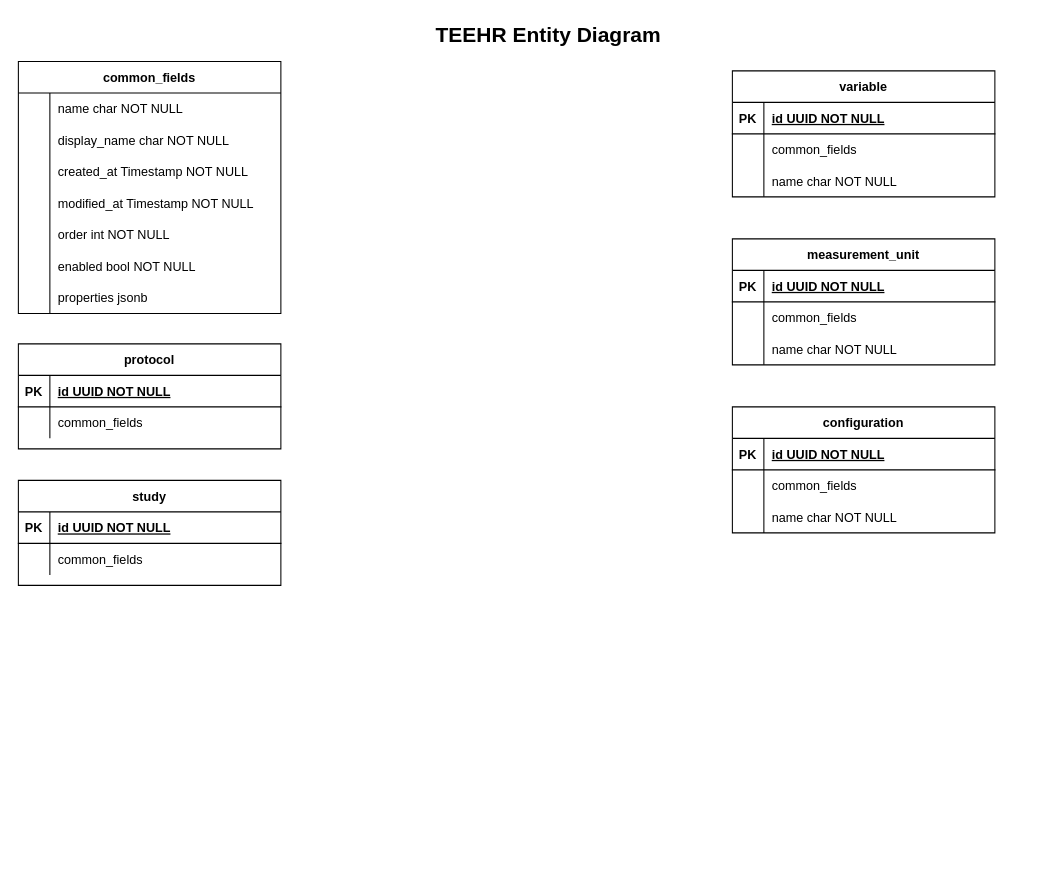
Before: design/teehr-system-entity-diagram.drawio in RTIInternational/teehr, a draw.io diagram. Source tidied: cells renumbered, new cells numbered last; positions are measured from the earlier drawing's top-left corner, leaving out a move shared by most shapes. Both pictures are drawn from the tidied source at 105%, with x=0, y=0 at pixel (18, 18).
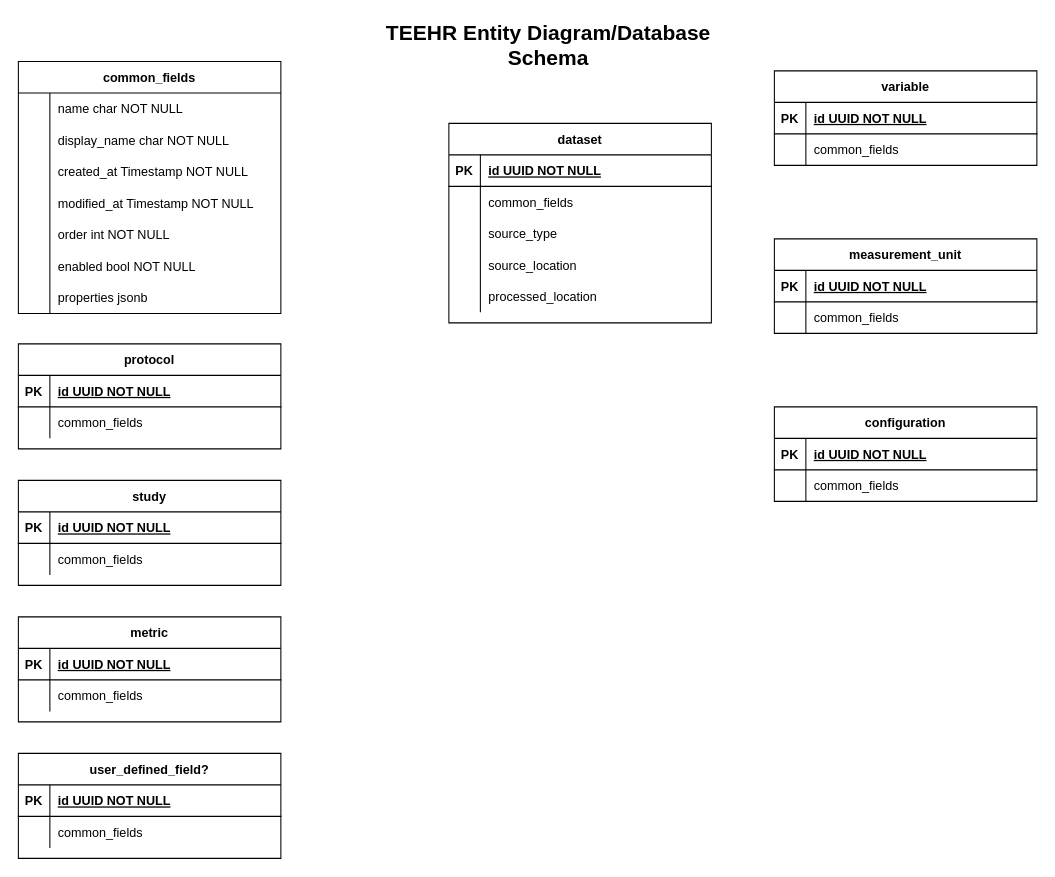
Above is the later version.

What changed in the source:
```diff
@@
-    <mxCell id="24" value="TEEHR Entity Diagram" style="text;html=1;strokeColor=none;fillColor=none;align=center;verticalAlign=middle;whiteSpace=wrap;rounded=0;fontSize=20;fontStyle=1;" parent="1" vertex="1">
-      <mxGeometry x="340" width="330" height="30" as="geometry" />
+    <mxCell id="24" value="TEEHR Entity Diagram/Database Schema" style="text;html=1;strokeColor=none;fillColor=none;align=center;verticalAlign=middle;whiteSpace=wrap;rounded=0;fontSize=20;fontStyle=1;" parent="1" vertex="1">
+      <mxGeometry x="340" width="330" height="50" as="geometry" />
     </mxCell>
@@
     <mxCell id="32" value="variable" style="shape=table;startSize=30;childLayout=tableLayout;rowLines=0;fontStyle=1;align=center;" parent="1" vertex="1">
-      <mxGeometry x="680" y="50" width="250" height="120" as="geometry" />
+      <mxGeometry x="720" y="50" width="250" height="90" as="geometry" />
     </mxCell>
@@
-    <mxCell id="39" style="shape=partialRectangle;fillColor=none;top=0;left=0;right=0;bottom=0;" parent="32" vertex="1">
-      <mxGeometry y="90" width="250" height="30" as="geometry" />
-    </mxCell>
-    <mxCell id="40" style="shape=partialRectangle;overflow=hidden;fillColor=none;top=0;left=0;bottom=0;right=0;" parent="39" vertex="1">
-      <mxGeometry width="30" height="30" as="geometry" />
-    </mxCell>
-    <mxCell id="41" value="name char NOT NULL" style="shape=partialRectangle;overflow=hidden;fillColor=none;top=0;left=0;bottom=0;right=0;align=left;spacingLeft=6;" parent="39" vertex="1">
-      <mxGeometry x="30" width="220" height="30" as="geometry" />
-    </mxCell>
@@
     <mxCell id="49" value="measurement_unit" style="shape=table;startSize=30;childLayout=tableLayout;rowLines=0;fontStyle=1;align=center;" parent="1" vertex="1">
-      <mxGeometry x="680" y="210" width="250" height="120" as="geometry" />
+      <mxGeometry x="720" y="210" width="250" height="90" as="geometry" />
     </mxCell>
@@
-    <mxCell id="56" style="shape=partialRectangle;fillColor=none;top=0;left=0;right=0;bottom=0;" parent="49" vertex="1">
-      <mxGeometry y="90" width="250" height="30" as="geometry" />
-    </mxCell>
-    <mxCell id="57" style="shape=partialRectangle;overflow=hidden;fillColor=none;top=0;left=0;bottom=0;right=0;" parent="56" vertex="1">
-      <mxGeometry width="30" height="30" as="geometry" />
-    </mxCell>
-    <mxCell id="58" value="name char NOT NULL" style="shape=partialRectangle;overflow=hidden;fillColor=none;top=0;left=0;bottom=0;right=0;align=left;spacingLeft=6;" parent="56" vertex="1">
-      <mxGeometry x="30" width="220" height="30" as="geometry" />
-    </mxCell>
     <mxCell id="59" value="configuration" style="shape=table;startSize=30;childLayout=tableLayout;rowLines=0;fontStyle=1;align=center;" parent="1" vertex="1">
-      <mxGeometry x="680" y="370" width="250" height="120" as="geometry" />
+      <mxGeometry x="720" y="370" width="250" height="90" as="geometry" />
     </mxCell>
@@
-    <mxCell id="66" style="shape=partialRectangle;fillColor=none;top=0;left=0;right=0;bottom=0;" parent="59" vertex="1">
-      <mxGeometry y="90" width="250" height="30" as="geometry" />
-    </mxCell>
-    <mxCell id="67" style="shape=partialRectangle;overflow=hidden;fillColor=none;top=0;left=0;bottom=0;right=0;" parent="66" vertex="1">
-      <mxGeometry width="30" height="30" as="geometry" />
-    </mxCell>
-    <mxCell id="68" value="name char NOT NULL" style="shape=partialRectangle;overflow=hidden;fillColor=none;top=0;left=0;bottom=0;right=0;align=left;spacingLeft=6;" parent="66" vertex="1">
-      <mxGeometry x="30" width="220" height="30" as="geometry" />
-    </mxCell>
+    <mxCell id="69" value="dataset" style="shape=table;startSize=30;childLayout=tableLayout;rowLines=0;fontStyle=1;align=center;" parent="1" vertex="1">
+      <mxGeometry x="410" y="100" width="250" height="190" as="geometry" />
+    </mxCell>
+    <mxCell id="70" style="shape=partialRectangle;fillColor=none;top=0;left=0;right=0;bottom=1;" parent="69" vertex="1">
+      <mxGeometry y="30" width="250" height="30" as="geometry" />
+    </mxCell>
+    <mxCell id="71" value="PK" style="shape=partialRectangle;overflow=hidden;fillColor=none;top=0;left=0;bottom=0;right=0;fontStyle=1;" parent="70" vertex="1">
+      <mxGeometry width="30" height="30" as="geometry" />
+    </mxCell>
+    <mxCell id="72" value="id UUID NOT NULL " style="shape=partialRectangle;overflow=hidden;fillColor=none;top=0;left=0;bottom=0;right=0;align=left;spacingLeft=6;fontStyle=5;" parent="70" vertex="1">
+      <mxGeometry x="30" width="220" height="30" as="geometry" />
+    </mxCell>
+    <mxCell id="73" style="shape=partialRectangle;fillColor=none;top=0;left=0;right=0;bottom=0;" parent="69" vertex="1">
+      <mxGeometry y="60" width="250" height="30" as="geometry" />
+    </mxCell>
+    <mxCell id="74" style="shape=partialRectangle;overflow=hidden;fillColor=none;top=0;left=0;bottom=0;right=0;" parent="73" vertex="1">
+      <mxGeometry width="30" height="30" as="geometry" />
+    </mxCell>
+    <mxCell id="75" value="common_fields" style="shape=partialRectangle;overflow=hidden;fillColor=none;top=0;left=0;bottom=0;right=0;align=left;spacingLeft=6;" parent="73" vertex="1">
+      <mxGeometry x="30" width="220" height="30" as="geometry" />
+    </mxCell>
+    <mxCell id="76" style="shape=partialRectangle;fillColor=none;top=0;left=0;right=0;bottom=0;" parent="69" vertex="1">
+      <mxGeometry y="90" width="250" height="30" as="geometry" />
+    </mxCell>
+    <mxCell id="77" style="shape=partialRectangle;overflow=hidden;fillColor=none;top=0;left=0;bottom=0;right=0;" parent="76" vertex="1">
+      <mxGeometry width="30" height="30" as="geometry" />
+    </mxCell>
+    <mxCell id="78" value="source_type" style="shape=partialRectangle;overflow=hidden;fillColor=none;top=0;left=0;bottom=0;right=0;align=left;spacingLeft=6;" parent="76" vertex="1">
+      <mxGeometry x="30" width="220" height="30" as="geometry" />
+    </mxCell>
+    <mxCell id="79" style="shape=partialRectangle;fillColor=none;top=0;left=0;right=0;bottom=0;" parent="69" vertex="1">
+      <mxGeometry y="120" width="250" height="30" as="geometry" />
+    </mxCell>
+    <mxCell id="80" style="shape=partialRectangle;overflow=hidden;fillColor=none;top=0;left=0;bottom=0;right=0;" parent="79" vertex="1">
+      <mxGeometry width="30" height="30" as="geometry" />
+    </mxCell>
+    <mxCell id="81" value="source_location" style="shape=partialRectangle;overflow=hidden;fillColor=none;top=0;left=0;bottom=0;right=0;align=left;spacingLeft=6;" parent="79" vertex="1">
+      <mxGeometry x="30" width="220" height="30" as="geometry" />
+    </mxCell>
+    <mxCell id="82" style="shape=partialRectangle;fillColor=none;top=0;left=0;right=0;bottom=0;" parent="69" vertex="1">
+      <mxGeometry y="150" width="250" height="30" as="geometry" />
+    </mxCell>
+    <mxCell id="83" style="shape=partialRectangle;overflow=hidden;fillColor=none;top=0;left=0;bottom=0;right=0;" parent="82" vertex="1">
+      <mxGeometry width="30" height="30" as="geometry" />
+    </mxCell>
+    <mxCell id="84" value="processed_location" style="shape=partialRectangle;overflow=hidden;fillColor=none;top=0;left=0;bottom=0;right=0;align=left;spacingLeft=6;" parent="82" vertex="1">
+      <mxGeometry x="30" width="220" height="30" as="geometry" />
+    </mxCell>
+    <mxCell id="85" value="metric" style="shape=table;startSize=30;childLayout=tableLayout;rowLines=0;fontStyle=1;align=center;" parent="1" vertex="1">
+      <mxGeometry y="570" width="250" height="100" as="geometry" />
+    </mxCell>
+    <mxCell id="86" style="shape=partialRectangle;fillColor=none;top=0;left=0;right=0;bottom=1;" parent="85" vertex="1">
+      <mxGeometry y="30" width="250" height="30" as="geometry" />
+    </mxCell>
+    <mxCell id="87" value="PK" style="shape=partialRectangle;overflow=hidden;fillColor=none;top=0;left=0;bottom=0;right=0;fontStyle=1;" parent="86" vertex="1">
+      <mxGeometry width="30" height="30" as="geometry" />
+    </mxCell>
+    <mxCell id="88" value="id UUID NOT NULL " style="shape=partialRectangle;overflow=hidden;fillColor=none;top=0;left=0;bottom=0;right=0;align=left;spacingLeft=6;fontStyle=5;" parent="86" vertex="1">
+      <mxGeometry x="30" width="220" height="30" as="geometry" />
+    </mxCell>
+    <mxCell id="89" style="shape=partialRectangle;fillColor=none;top=0;left=0;right=0;bottom=0;" parent="85" vertex="1">
+      <mxGeometry y="60" width="250" height="30" as="geometry" />
+    </mxCell>
+    <mxCell id="90" style="shape=partialRectangle;overflow=hidden;fillColor=none;top=0;left=0;bottom=0;right=0;" parent="89" vertex="1">
+      <mxGeometry width="30" height="30" as="geometry" />
+    </mxCell>
+    <mxCell id="91" value="common_fields" style="shape=partialRectangle;overflow=hidden;fillColor=none;top=0;left=0;bottom=0;right=0;align=left;spacingLeft=6;" parent="89" vertex="1">
+      <mxGeometry x="30" width="220" height="30" as="geometry" />
+    </mxCell>
+    <mxCell id="92" value="user_defined_field?" style="shape=table;startSize=30;childLayout=tableLayout;rowLines=0;fontStyle=1;align=center;" parent="1" vertex="1">
+      <mxGeometry y="700" width="250" height="100" as="geometry" />
+    </mxCell>
+    <mxCell id="93" style="shape=partialRectangle;fillColor=none;top=0;left=0;right=0;bottom=1;" parent="92" vertex="1">
+      <mxGeometry y="30" width="250" height="30" as="geometry" />
+    </mxCell>
+    <mxCell id="94" value="PK" style="shape=partialRectangle;overflow=hidden;fillColor=none;top=0;left=0;bottom=0;right=0;fontStyle=1;" parent="93" vertex="1">
+      <mxGeometry width="30" height="30" as="geometry" />
+    </mxCell>
+    <mxCell id="95" value="id UUID NOT NULL " style="shape=partialRectangle;overflow=hidden;fillColor=none;top=0;left=0;bottom=0;right=0;align=left;spacingLeft=6;fontStyle=5;" parent="93" vertex="1">
+      <mxGeometry x="30" width="220" height="30" as="geometry" />
+    </mxCell>
+    <mxCell id="96" style="shape=partialRectangle;fillColor=none;top=0;left=0;right=0;bottom=0;" parent="92" vertex="1">
+      <mxGeometry y="60" width="250" height="30" as="geometry" />
+    </mxCell>
+    <mxCell id="97" style="shape=partialRectangle;overflow=hidden;fillColor=none;top=0;left=0;bottom=0;right=0;" parent="96" vertex="1">
+      <mxGeometry width="30" height="30" as="geometry" />
+    </mxCell>
+    <mxCell id="98" value="common_fields" style="shape=partialRectangle;overflow=hidden;fillColor=none;top=0;left=0;bottom=0;right=0;align=left;spacingLeft=6;" parent="96" vertex="1">
+      <mxGeometry x="30" width="220" height="30" as="geometry" />
+    </mxCell>
```
